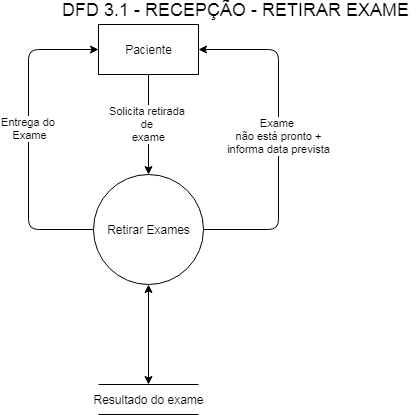
gabrielsarti-impacta/ope keeps this draw.io diagram as documentation/16 DFD 3.1 Retirar Exame.png. Above is the earlier version. Source tidied: cells renumbered, new cells last; positions are measured from the earlier drawing's top-left corner, leaving out a move shared by most shapes. Source of this version:
```xml
<mxGraphModel background="#FFFFFF">
  <root>
    <mxCell id="0" />
    <mxCell id="1" parent="0" />
    <mxCell id="2" value="Paciente" style="html=1;dashed=0;whitespace=wrap;" parent="1" vertex="1">
      <mxGeometry x="70" y="24" width="100" height="50" as="geometry" />
    </mxCell>
    <mxCell id="3" value="Retirar Exames" style="shape=ellipse;html=1;dashed=0;whitespace=wrap;perimeter=ellipsePerimeter;" parent="1" vertex="1">
      <mxGeometry x="65" y="174" width="110" height="110" as="geometry" />
    </mxCell>
    <mxCell id="4" value="Solicita retirada&amp;nbsp;&lt;br&gt;de&amp;nbsp;&lt;br&gt;exame" style="endArrow=classic;html=1;" parent="1" edge="1" source="2" target="3">
      <mxGeometry relative="1" as="geometry" />
    </mxCell>
    <mxCell id="5" value="Resultado do exame" style="html=1;dashed=0;whitespace=wrap;shape=partialRectangle;right=0;left=0;" parent="1" vertex="1">
      <mxGeometry x="70" y="384" width="100" height="30" as="geometry" />
    </mxCell>
    <mxCell id="6" style="endArrow=classic;html=1;startArrow=classic;startFill=1;" parent="1" edge="1" source="3" target="5">
      <mxGeometry relative="1" as="geometry" />
    </mxCell>
    <mxCell id="7" style="endArrow=classic;html=1;edgeStyle=elbowEdgeStyle;elbow=vertical;" parent="1" edge="1" source="3" target="2">
      <mxGeometry relative="1" as="geometry">
        <Array as="points">
          <mxPoint y="124" />
        </Array>
      </mxGeometry>
    </mxCell>
    <mxCell id="8" value="Entrega do&amp;nbsp;&lt;br&gt;Exame" style="edgeLabel;html=1;align=center;verticalAlign=middle;" parent="7" vertex="1">
      <mxGeometry x="0.06" relative="1" as="geometry" />
    </mxCell>
    <mxCell id="9" value="Exame&amp;nbsp;&lt;br&gt;não está pronto +&lt;br&gt;informa data prevista" style="endArrow=classic;html=1;edgeStyle=elbowEdgeStyle;elbow=vertical;" parent="1" edge="1" source="3" target="2">
      <mxGeometry relative="1" as="geometry">
        <Array as="points">
          <mxPoint x="250" y="134" />
        </Array>
      </mxGeometry>
    </mxCell>
    <mxCell id="10" value="&lt;font style=&quot;font-size: 18px&quot;&gt;DFD 3.1 - RECEPÇÃO - RETIRAR EXAME&lt;/font&gt;" style="text;html=1;align=center;verticalAlign=middle;" parent="1" vertex="1">
      <mxGeometry x="27" width="360" height="20" as="geometry" />
    </mxCell>
  </root>
</mxGraphModel>
```
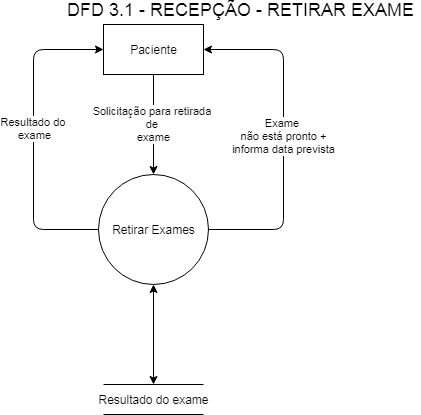
The same diagram one commit later.

What changed in the source:
```diff
@@ -8,7 +8,7 @@
     <mxCell id="3" value="Retirar Exames" style="shape=ellipse;html=1;dashed=0;whitespace=wrap;perimeter=ellipsePerimeter;" parent="1" vertex="1">
       <mxGeometry x="65" y="174" width="110" height="110" as="geometry" />
     </mxCell>
-    <mxCell id="4" value="Solicita retirada&amp;nbsp;&lt;br&gt;de&amp;nbsp;&lt;br&gt;exame" style="endArrow=classic;html=1;" parent="1" edge="1" source="2" target="3">
+    <mxCell id="4" value="Solicitação para retirada&amp;nbsp;&lt;br&gt;de&amp;nbsp;&lt;br&gt;exame" style="endArrow=classic;html=1;" parent="1" edge="1" source="2" target="3">
       <mxGeometry relative="1" as="geometry" />
     </mxCell>
     <mxCell id="5" value="Resultado do exame" style="html=1;dashed=0;whitespace=wrap;shape=partialRectangle;right=0;left=0;" parent="1" vertex="1">
@@ -24,7 +24,7 @@
         </Array>
       </mxGeometry>
     </mxCell>
-    <mxCell id="8" value="Entrega do&amp;nbsp;&lt;br&gt;Exame" style="edgeLabel;html=1;align=center;verticalAlign=middle;" parent="7" vertex="1">
+    <mxCell id="8" value="Resultado do &lt;br&gt;exame" style="edgeLabel;html=1;align=center;verticalAlign=middle;" parent="7" vertex="1">
       <mxGeometry x="0.06" relative="1" as="geometry" />
     </mxCell>
     <mxCell id="9" value="Exame&amp;nbsp;&lt;br&gt;não está pronto +&lt;br&gt;informa data prevista" style="endArrow=classic;html=1;edgeStyle=elbowEdgeStyle;elbow=vertical;" parent="1" edge="1" source="3" target="2">
```
